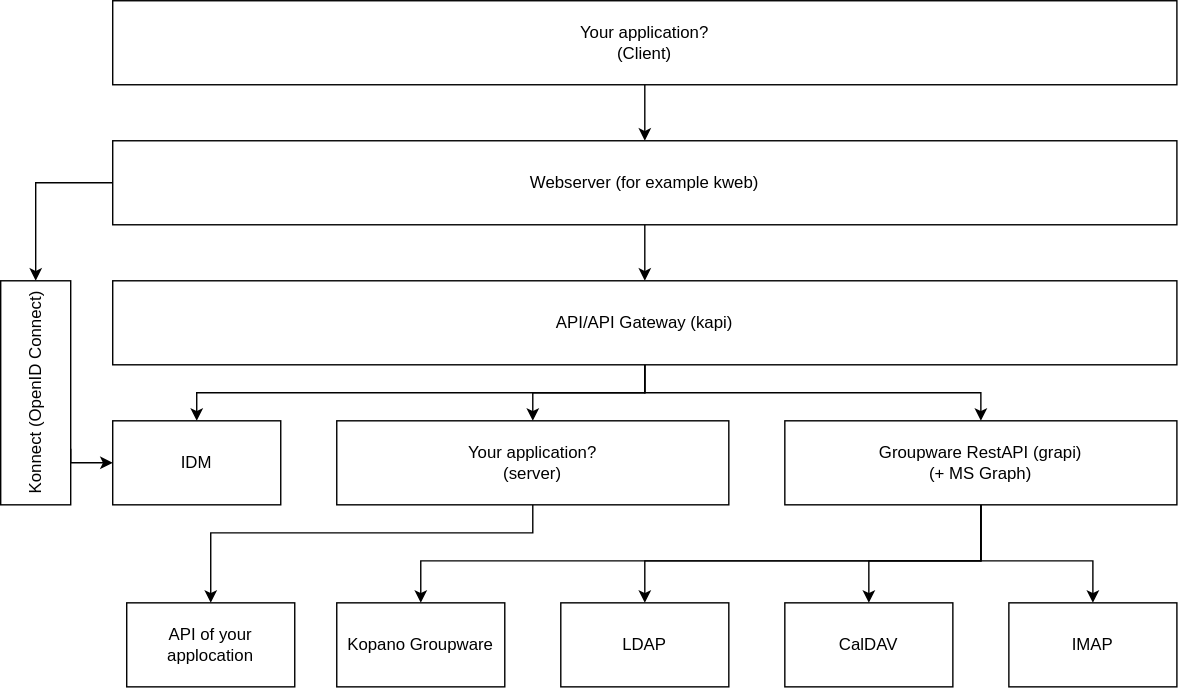
libregraph/libregraph.github.io keeps this draw.io diagram as docs/img/architecture.drawio.svg. Above is the earlier version. Source tidied: cells renumbered, new cells last; positions are measured from the earlier drawing's top-left corner, leaving out a move shared by most shapes.
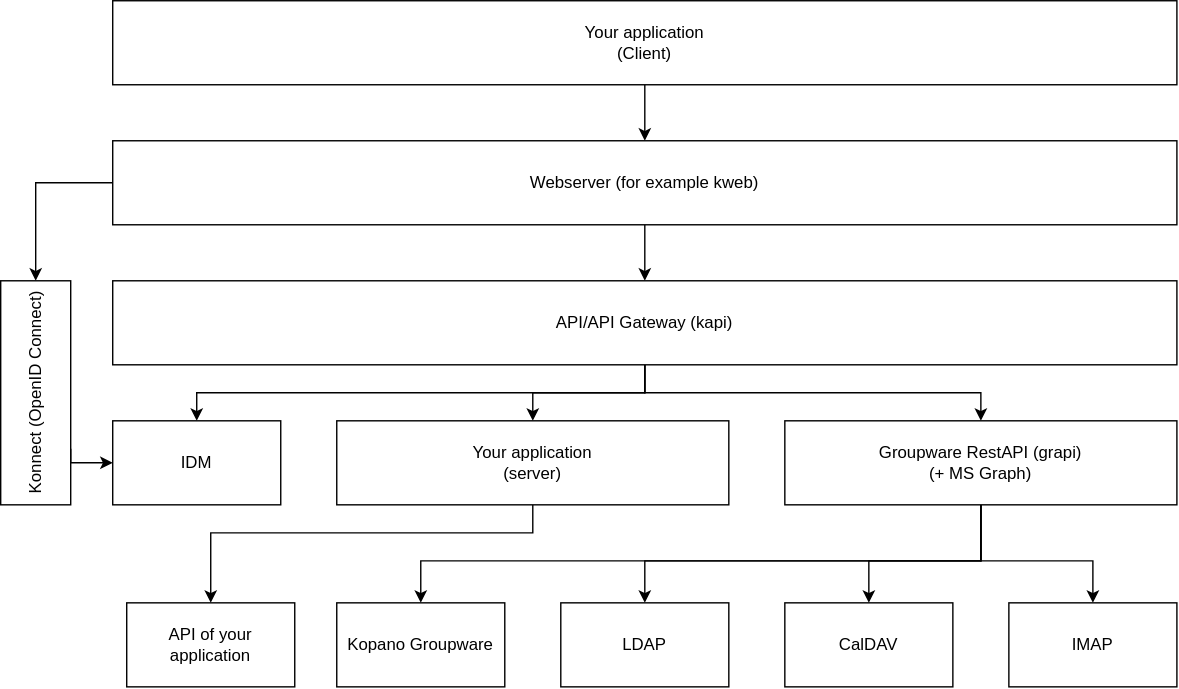
After the commit.

Commit message:
Fix typo in architecture diagram

Change to the diagram source:
```diff
@@ -5,7 +5,7 @@
     <mxCell id="2" style="edgeStyle=orthogonalEdgeStyle;rounded=0;jettySize=auto;html=1;exitX=0.5;exitY=1;exitDx=0;exitDy=0;entryX=0.5;entryY=0;entryDx=0;entryDy=0;" parent="1" edge="1" source="3" target="6">
       <mxGeometry relative="1" as="geometry" />
     </mxCell>
-    <mxCell id="3" value="Your application?&lt;br&gt;(Client)" style="rounded=0;whiteSpace=wrap;html=1;" parent="1" vertex="1">
+    <mxCell id="3" value="Your application&lt;br&gt;(Client)" style="rounded=0;whiteSpace=wrap;html=1;" parent="1" vertex="1">
       <mxGeometry x="80" width="760" height="60" as="geometry" />
     </mxCell>
     <mxCell id="4" style="edgeStyle=orthogonalEdgeStyle;rounded=0;jettySize=auto;html=1;exitX=0.5;exitY=1;exitDx=0;exitDy=0;entryX=0.5;entryY=0;entryDx=0;entryDy=0;" parent="1" edge="1" source="6" target="10">
@@ -72,7 +72,7 @@
         </Array>
       </mxGeometry>
     </mxCell>
-    <mxCell id="17" value="Your application?&lt;br&gt;(server)" style="rounded=0;whiteSpace=wrap;html=1;" parent="1" vertex="1">
+    <mxCell id="17" value="Your application&lt;br&gt;(server)" style="rounded=0;whiteSpace=wrap;html=1;" parent="1" vertex="1">
       <mxGeometry x="240" y="300" width="280" height="60" as="geometry" />
     </mxCell>
     <mxCell id="18" value="Kopano Groupware" style="rounded=0;whiteSpace=wrap;html=1;" parent="1" vertex="1">
@@ -87,7 +87,7 @@
     <mxCell id="21" value="IMAP" style="rounded=0;whiteSpace=wrap;html=1;" parent="1" vertex="1">
       <mxGeometry x="720" y="430" width="120" height="60" as="geometry" />
     </mxCell>
-    <mxCell id="22" value="API of your applocation" style="rounded=0;whiteSpace=wrap;html=1;" parent="1" vertex="1">
+    <mxCell id="22" value="API of your application" style="rounded=0;whiteSpace=wrap;html=1;" parent="1" vertex="1">
       <mxGeometry x="90" y="430" width="120" height="60" as="geometry" />
     </mxCell>
     <mxCell id="23" style="edgeStyle=orthogonalEdgeStyle;rounded=0;jettySize=auto;html=1;exitX=0.75;exitY=0;exitDx=0;exitDy=0;entryX=0;entryY=0.5;entryDx=0;entryDy=0;" parent="1" edge="1" source="24" target="25">
```
